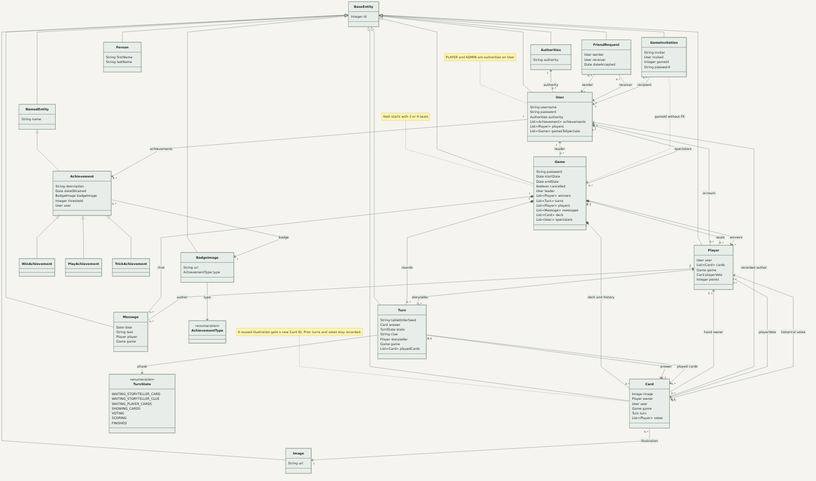
Earlier version of the Mermaid export docs/diagrams/class-diagram.png (NicodAlba/Dixit-online). Its source is kept beside it as docs/diagrams/class-diagram.mmd.
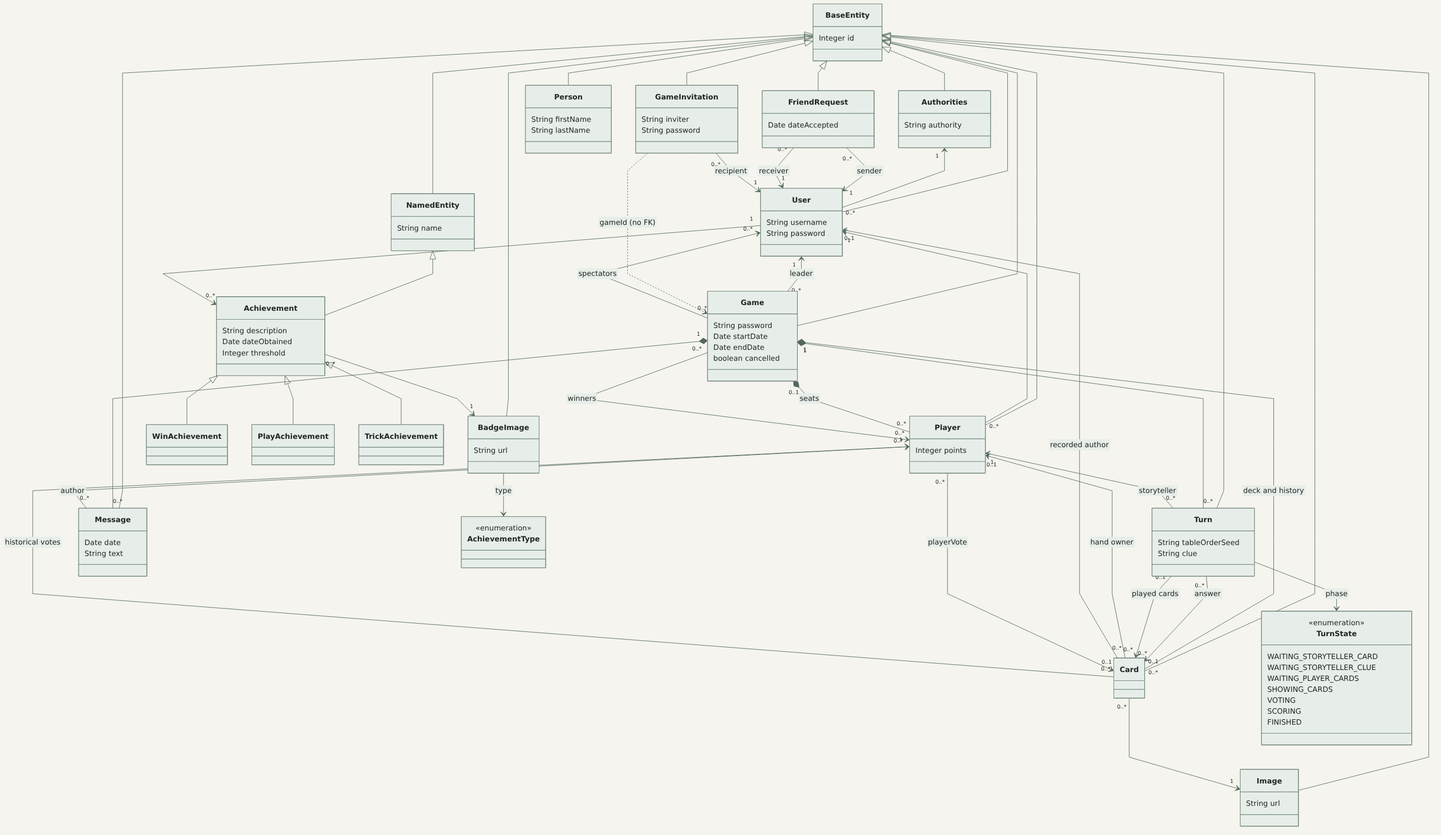
Above is the later version.

The edit, as a diff of the source:
```diff
@@ -3,10 +3,6 @@
     class User {
         String username
         String password
-        Authorities authority
-        List~Achievement~ achievements
-        List~Player~ players
-        List~Game~ gamesToSpectate
     }
     class Authorities {
         String authority
@@ -16,68 +12,36 @@
         Date startDate
         Date endDate
         boolean cancelled
-        User leader
-        List~Player~ winners
-        List~Turn~ turns
-        List~Player~ players
-        List~Message~ messages
-        List~Card~ deck
-        List~User~ spectators
     }
     class Player {
-        User user
-        List~Card~ cards
-        Game game
-        Card playerVote
         Integer points
     }
     class Turn {
         String tableOrderSeed
-        Card answer
-        TurnState state
         String clue
-        Player storyteller
-        Game game
-        List~Card~ playedCards
     }
-    class Card {
-        Image image
-        Player owner
-        User user
-        Game game
-        Turn turn
-        List~Player~ votes
-    }
+    class Card
     class Image {
         String url
     }
     class Message {
         Date date
         String text
-        Player player
-        Game game
     }
     class FriendRequest {
-        User sender
-        User receiver
         Date dateAccepted
     }
     class GameInvitation {
         String inviter
-        User invited
-        Integer gameId
         String password
     }
     class Achievement {
         String description
         Date dateObtained
-        BadgeImage badgeImage
         Integer threshold
-        User user
     }
     class BadgeImage {
         String url
-        AchievementType type
     }
     class WinAchievement
     class PlayAchievement
@@ -122,32 +86,29 @@
     Achievement <|-- TrickAchievement
     BaseEntity <|-- NamedEntity
     BaseEntity <|-- Person
-    Authorities "1" <-- "0..*" User : authority
+    Authorities "1" <-- "0..*" User
     User "1" <-- "0..*" Game : leader
-    User "1" <-- "0..*" Player : account
+    User "1" <-- "0..*" Player
     Game "0..1" *-- "0..*" Player : seats
     Game "0..*" --> "0..*" Player : winners
     Game "0..*" --> "0..*" User : spectators
-    Game "1" *-- "0..*" Turn : rounds
+    Game "1" *-- "0..*" Turn
     Game "1" *-- "0..*" Card : deck and history
-    Game "1" *-- "0..*" Message : chat
+    Game "1" *-- "0..*" Message
     Player "1" <-- "0..*" Message : author
     Player "1" <-- "0..*" Turn : storyteller
     Turn "0..*" --> "0..1" Card : answer
     Turn "0..1" --> "0..*" Card : played cards
     Player "0..1" <-- "0..*" Card : hand owner
     User "0..1" <-- "0..*" Card : recorded author
-    Card "0..*" --> "1" Image : illustration
+    Card "0..*" --> "1" Image
     Card "0..*" --> "0..*" Player : historical votes
     Player "0..*" --> "0..1" Card : playerVote
     FriendRequest "0..*" --> "1" User : sender
     FriendRequest "0..*" --> "1" User : receiver
     GameInvitation "0..*" --> "1" User : recipient
-    GameInvitation ..> Game : gameId without FK
-    User "1" --> "0..*" Achievement : achievements
-    Achievement "0..*" --> "1" BadgeImage : badge
-    note for Game "Host starts with 3 or 4 seats"
-    note for Card "A reused illustration gets a new Card ID. Prior turns and votes stay recorded."
-    note for User "PLAYER and ADMIN are authorities on User"
+    GameInvitation ..> Game : gameId (no FK)
+    User "1" --> "0..*" Achievement
+    Achievement "0..*" --> "1" BadgeImage
     Turn --> TurnState : phase
     BadgeImage --> AchievementType : type
```
